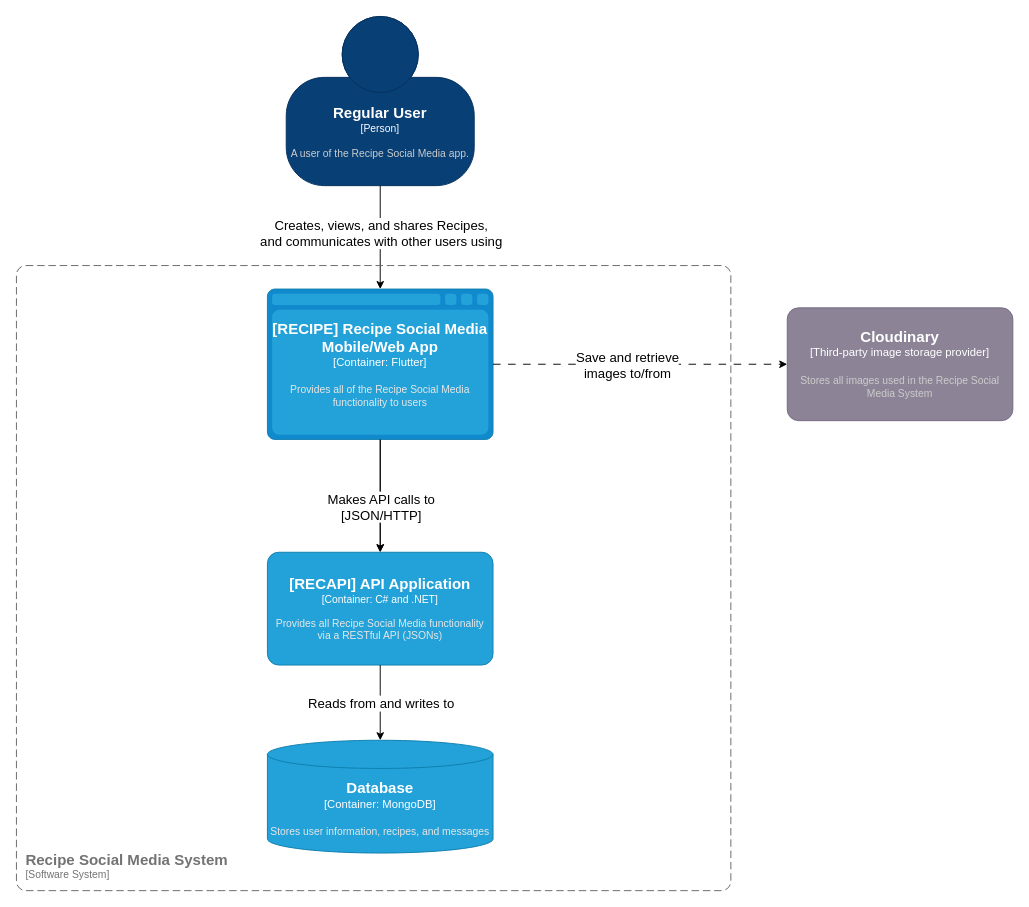
Earlier version of the draw.io diagram Diagrams/Container Diagram.drawio (Andrei-Constantin-Programmer/LangfoodiAPI). Source tidied: cells renumbered, new cells numbered last; positions are measured from the earlier drawing's top-left corner, leaving out a move shared by most shapes. Both pictures are drawn from the tidied source at 94%, with x=0, y=0 at pixel (16, 16).
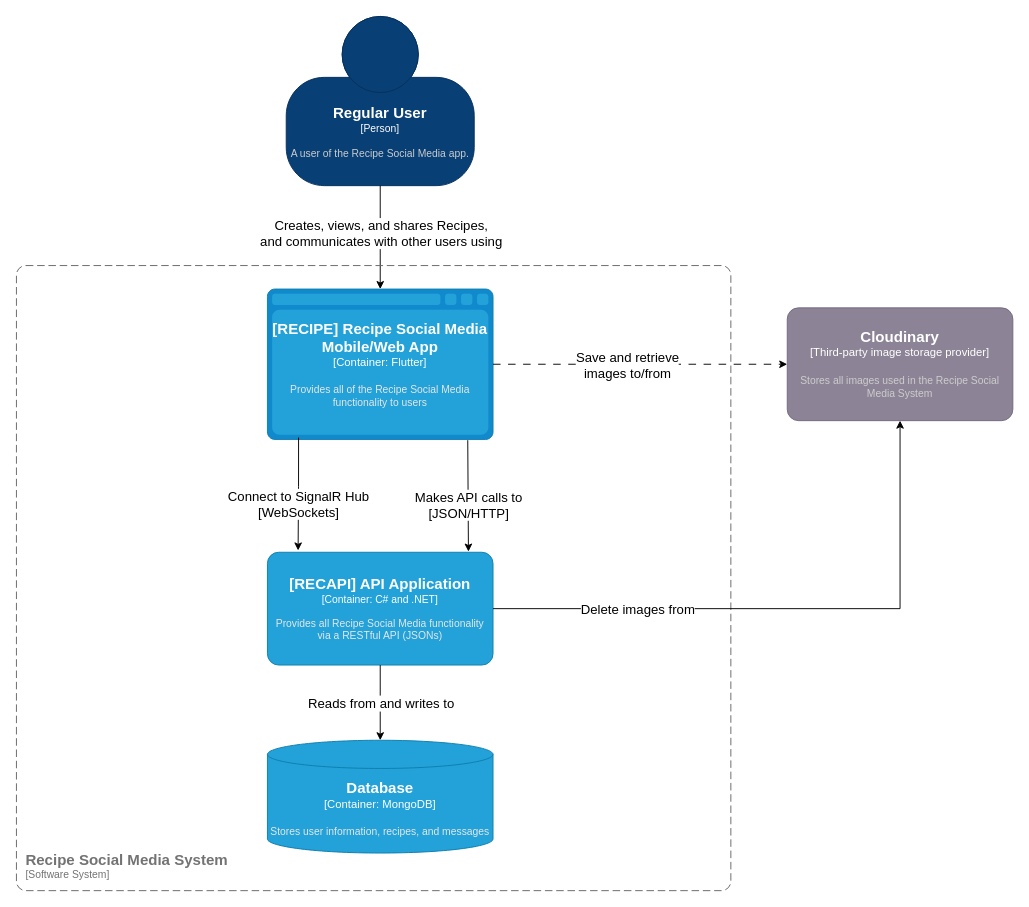
The same page after the edit.

Commit message (it also covers changes not shown here):
Updated diagrams with the latest changes (SignalR, module renaming)

Unchanged cells that the change refers to:
```xml
<object id="4" label="&lt;font style=&quot;font-size: 16px&quot;&gt;&lt;b&gt;%c4Type%&lt;/b&gt;&lt;/font&gt;&lt;div&gt;[%c4Container%:&amp;nbsp;%c4Technology%]&lt;/div&gt;&lt;br&gt;&lt;div&gt;&lt;font style=&quot;font-size: 11px&quot;&gt;&lt;font color=&quot;#E6E6E6&quot;&gt;%c4Description%&lt;/font&gt;&lt;/div&gt;" c4Container="Container" c4Description="Provides all of the Recipe Social Media functionality to users" c4Technology="Flutter" c4Type="[RECIPE] Recipe Social Media Mobile/Web App" placeholders="1">
  <mxCell style="shape=mxgraph.c4.webBrowserContainer2;whiteSpace=wrap;html=1;boundedLbl=1;rounded=0;labelBackgroundColor=none;strokeColor=#118ACD;fillColor=#23A2D9;strokeColor=#118ACD;strokeColor2=#0E7DAD;fontSize=12;fontColor=#ffffff;align=center;points=[[0.5,0,0],[1,0.25,0],[1,0.5,0],[1,0.75,0],[0.5,1,0],[0,0.75,0],[0,0.5,0],[0,0.25,0]];" parent="1" vertex="1">
    <mxGeometry x="267" y="290" width="240" height="160" as="geometry" />
  </mxCell>
</object>
<object id="7" label="&lt;font style=&quot;font-size: 16px&quot;&gt;&lt;b&gt;%c4Name%&lt;/b&gt;&lt;/font&gt;&lt;div&gt;[%c4Type%: %c4Technology%]&lt;/div&gt;&lt;br&gt;&lt;div&gt;&lt;font style=&quot;font-size: 11px&quot;&gt;&lt;font color=&quot;#E6E6E6&quot;&gt;%c4Description%&lt;/font&gt;&lt;/div&gt;" c4Description="Provides all Recipe Social Media functionality via a RESTful API (JSONs)" c4Name="[RECAPI] API Application" c4Technology="C# and .NET" c4Type="Container" placeholders="1">
  <mxCell style="rounded=1;whiteSpace=wrap;html=1;fontSize=11;labelBackgroundColor=none;fillColor=#23A2D9;fontColor=#ffffff;align=center;arcSize=10;strokeColor=#0E7DAD;points=[[0.25,0,0],[0.5,0,0],[0.75,0,0],[1,0.25,0],[1,0.5,0],[1,0.75,0],[0.75,1,0],[0.5,1,0],[0.25,1,0],[0,0.75,0],[0,0.5,0],[0,0.25,0]];" parent="1" vertex="1">
    <mxGeometry x="267" y="570" width="240" height="120" as="geometry" />
  </mxCell>
</object>
<object id="14" label="&lt;font style=&quot;font-size: 16px&quot;&gt;&lt;b&gt;%c4Name%&lt;/b&gt;&lt;/font&gt;&lt;div&gt;[%c4Type%]&lt;/div&gt;&lt;br&gt;&lt;div&gt;&lt;font style=&quot;font-size: 11px&quot;&gt;&lt;font color=&quot;#cccccc&quot;&gt;%c4Description%&lt;/font&gt;&lt;/div&gt;" c4Description="Stores all images used in the Recipe Social Media System" c4Name="Cloudinary" c4Type="Third-party image storage provider" placeholders="1">
  <mxCell style="rounded=1;whiteSpace=wrap;html=1;labelBackgroundColor=none;fillColor=#8C8496;fontColor=#ffffff;align=center;arcSize=10;strokeColor=#736782;points=[[0.25,0,0],[0.5,0,0],[0.75,0,0],[1,0.25,0],[1,0.5,0],[1,0.75,0],[0.75,1,0],[0.5,1,0],[0.25,1,0],[0,0.75,0],[0,0.5,0],[0,0.25,0]];" parent="1" vertex="1">
    <mxGeometry x="820" y="310" width="240" height="120" as="geometry" />
  </mxCell>
</object>
```

The edit, as a diff of the source:
```diff
@@
-    <mxCell id="2" style="edgeStyle=orthogonalEdgeStyle;rounded=0;jettySize=auto;html=1;entryX=0.5;entryY=0;entryDx=0;entryDy=0;entryPerimeter=0;" parent="1" edge="1" source="4" target="7">
-      <mxGeometry relative="1" as="geometry" />
-    </mxCell>
@@
-    <mxCell id="8" style="edgeStyle=orthogonalEdgeStyle;rounded=0;jettySize=auto;html=1;entryX=0.5;entryY=0;entryDx=0;entryDy=0;entryPerimeter=0;exitX=0.5;exitY=1;exitDx=0;exitDy=0;exitPerimeter=0;" parent="1" edge="1" source="4" target="7">
-      <mxGeometry relative="1" as="geometry" />
+    <mxCell id="8" style="edgeStyle=orthogonalEdgeStyle;rounded=0;jettySize=auto;html=1;exitX=0.888;exitY=1.005;exitDx=0;exitDy=0;exitPerimeter=0;entryX=0.891;entryY=-0.006;entryDx=0;entryDy=0;entryPerimeter=0;" parent="1" edge="1" source="4" target="7">
+      <mxGeometry relative="1" as="geometry">
+        <Array as="points">
+          <mxPoint x="481" y="451" />
+        </Array>
+      </mxGeometry>
     </mxCell>
@@
+    <mxCell id="17" style="edgeStyle=orthogonalEdgeStyle;rounded=0;jettySize=auto;html=1;entryX=0.5;entryY=1;entryDx=0;entryDy=0;entryPerimeter=0;" parent="1" edge="1" source="7" target="14">
+      <mxGeometry relative="1" as="geometry" />
+    </mxCell>
+    <mxCell id="18" value="&lt;font style=&quot;font-size: 14px;&quot;&gt;Delete images from&lt;/font&gt;" style="edgeLabel;html=1;align=center;verticalAlign=middle;" parent="17" vertex="1">
+      <mxGeometry x="-0.41" y="2" relative="1" as="geometry">
+        <mxPoint x="-34" y="2" as="offset" />
+      </mxGeometry>
+    </mxCell>
+    <mxCell id="2" style="edgeStyle=orthogonalEdgeStyle;rounded=0;jettySize=auto;html=1;entryX=0.136;entryY=-0.016;entryDx=0;entryDy=0;entryPerimeter=0;exitX=0.138;exitY=0.987;exitDx=0;exitDy=0;exitPerimeter=0;" parent="1" edge="1" source="4" target="7">
+      <mxGeometry relative="1" as="geometry">
+        <Array as="points">
+          <mxPoint x="300" y="500" />
+          <mxPoint x="300" y="500" />
+        </Array>
+      </mxGeometry>
+    </mxCell>
+    <mxCell id="19" value="Connect to SignalR Hub&lt;br&gt;[WebSockets]" style="edgeLabel;html=1;align=center;verticalAlign=middle;fontSize=14;" parent="2" vertex="1">
+      <mxGeometry x="0.51" y="1" relative="1" as="geometry">
+        <mxPoint x="-1" y="-20" as="offset" />
+      </mxGeometry>
+    </mxCell>
```
